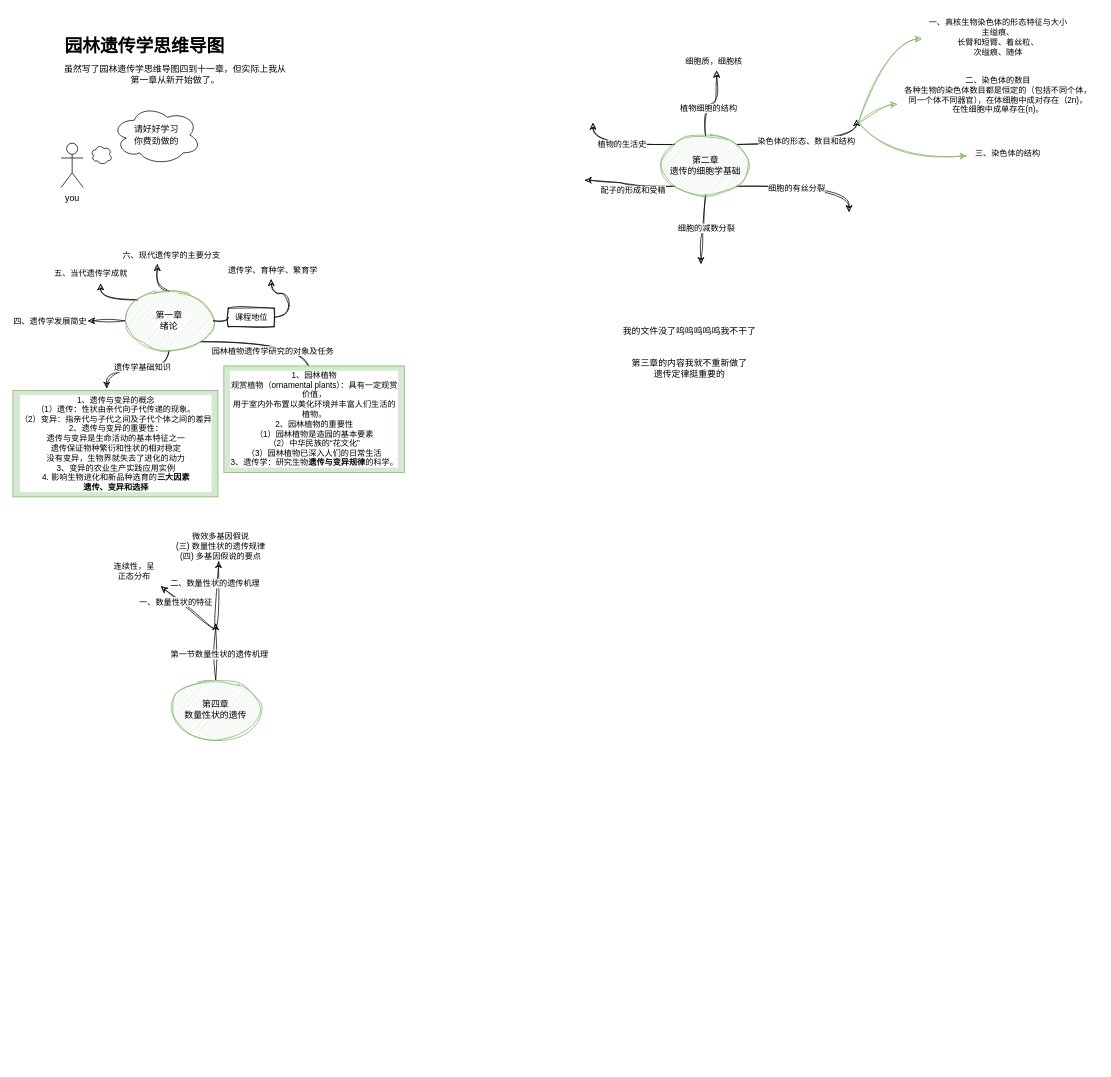
Silly449/MarkDowns keeps this draw.io diagram as 园林遗传学思维导图四至十一章.drawio. Above is the earlier version. Source tidied: cells renumbered, new cells numbered last; positions are measured from the earlier drawing's top-left corner, leaving out a move shared by most shapes. Both pictures are drawn from the tidied source at 74%, with x=0, y=0 at pixel (13, 13).
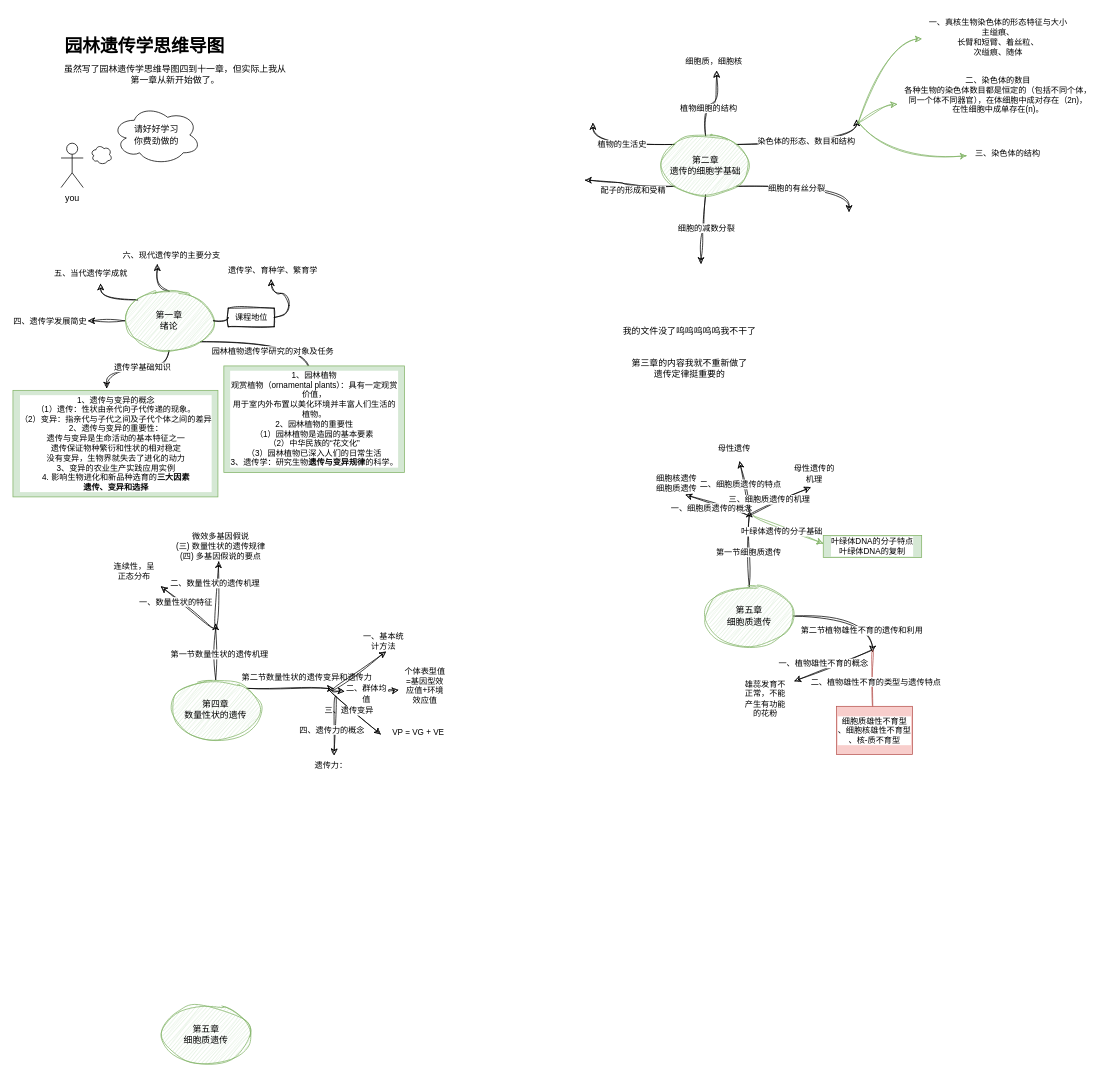
The same diagram, later.

Commit message (it also covers changes not shown here):
更新园林遗传学思维导图四至十一章.drawio

Unchanged cells that the change refers to:
```xml
<mxCell id="47" value="第四章&lt;div&gt;数量性状的遗传&lt;/div&gt;" style="ellipse;whiteSpace=wrap;html=1;sketch=1;curveFitting=1;jiggle=2;fillColor=#d5e8d4;strokeColor=#82b366;" parent="1" vertex="1">
  <mxGeometry x="214" y="901" width="120" height="80" as="geometry" />
</mxCell>
```

The edit, as a diff of the source:
```diff
@@
+    <mxCell id="54" style="edgeStyle=orthogonalEdgeStyle;shape=connector;curved=1;rounded=0;sketch=1;jiggle=2;curveFitting=1;jettySize=auto;html=1;exitX=1;exitY=0;exitDx=0;exitDy=0;strokeColor=default;strokeWidth=1;align=center;verticalAlign=middle;fontFamily=Helvetica;fontSize=11;fontColor=default;labelBackgroundColor=default;endArrow=classic;flowAnimation=0;" parent="1" edge="1" source="47">
+      <mxGeometry relative="1" as="geometry">
+        <mxPoint x="433.7" y="913" as="targetPoint" />
+      </mxGeometry>
+    </mxCell>
+    <mxCell id="55" value="第二节数量性状的遗传变异和遗传力" style="edgeLabel;html=1;align=center;verticalAlign=middle;fontFamily=Helvetica;fontSize=11;fontColor=default;labelBackgroundColor=default;" parent="54" vertex="1">
+      <mxGeometry x="-0.01" relative="1" as="geometry">
+        <mxPoint x="22" y="-15" as="offset" />
+      </mxGeometry>
+    </mxCell>
@@
+    <mxCell id="56" style="edgeStyle=none;orthogonalLoop=1;jettySize=auto;html=1;rounded=0;sketch=1;jiggle=2;curveFitting=1;strokeColor=default;strokeWidth=1;align=center;verticalAlign=middle;fontFamily=Helvetica;fontSize=11;fontColor=default;labelBackgroundColor=default;endArrow=classic;flowAnimation=0;curved=1;" parent="1" edge="1">
+      <mxGeometry relative="1" as="geometry">
+        <mxPoint x="432" y="916" as="sourcePoint" />
+        <mxPoint x="504" y="863" as="targetPoint" />
+      </mxGeometry>
+    </mxCell>
+    <mxCell id="57" value="一、基本统计方法" style="text;html=1;whiteSpace=wrap;strokeColor=none;fillColor=none;align=center;verticalAlign=middle;rounded=0;fontFamily=Helvetica;fontSize=11;fontColor=default;labelBackgroundColor=default;" parent="1" vertex="1">
+      <mxGeometry x="471" y="834" width="60" height="30" as="geometry" />
+    </mxCell>
+    <mxCell id="58" style="edgeStyle=none;jettySize=auto;html=1;rounded=0;sketch=1;jiggle=2;curveFitting=1;strokeColor=default;strokeWidth=1;align=center;verticalAlign=middle;fontFamily=Helvetica;fontSize=11;fontColor=default;labelBackgroundColor=default;endArrow=classic;flowAnimation=0;curved=1;" parent="1" edge="1" source="60">
+      <mxGeometry relative="1" as="geometry">
+        <mxPoint x="521" y="915" as="targetPoint" />
+      </mxGeometry>
+    </mxCell>
+    <mxCell id="59" style="edgeStyle=none;jettySize=auto;html=1;rounded=0;sketch=1;jiggle=2;curveFitting=1;strokeColor=default;strokeWidth=1;align=center;verticalAlign=middle;fontFamily=Helvetica;fontSize=11;fontColor=default;labelBackgroundColor=default;endArrow=classic;flowAnimation=0;curved=1;" parent="1" edge="1" target="60">
+      <mxGeometry relative="1" as="geometry">
+        <mxPoint x="430" y="915" as="sourcePoint" />
+      </mxGeometry>
+    </mxCell>
+    <mxCell id="60" value="二、群体均值" style="text;html=1;whiteSpace=wrap;strokeColor=none;fillColor=none;align=center;verticalAlign=middle;rounded=0;fontFamily=Helvetica;fontSize=11;fontColor=default;labelBackgroundColor=default;" parent="1" vertex="1">
+      <mxGeometry x="448" y="905" width="60" height="30" as="geometry" />
+    </mxCell>
+    <mxCell id="61" value="个体表型值=基因型效应值+环境效应值&lt;div&gt;&lt;br/&gt;&lt;/div&gt;" style="text;html=1;whiteSpace=wrap;strokeColor=none;fillColor=none;align=center;verticalAlign=middle;rounded=0;fontFamily=Helvetica;fontSize=11;fontColor=default;labelBackgroundColor=default;" parent="1" vertex="1">
+      <mxGeometry x="527" y="901" width="60" height="30" as="geometry" />
+    </mxCell>
+    <mxCell id="62" style="edgeStyle=none;orthogonalLoop=1;jettySize=auto;html=1;rounded=0;sketch=1;jiggle=2;curveFitting=1;strokeColor=default;strokeWidth=1;align=center;verticalAlign=middle;fontFamily=Helvetica;fontSize=11;fontColor=default;labelBackgroundColor=default;endArrow=classic;flowAnimation=0;curved=1;" parent="1" edge="1">
+      <mxGeometry relative="1" as="geometry">
+        <mxPoint x="426" y="913" as="sourcePoint" />
+        <mxPoint x="497" y="975" as="targetPoint" />
+      </mxGeometry>
+    </mxCell>
+    <mxCell id="63" value="三、遗传变异" style="edgeLabel;html=1;align=center;verticalAlign=middle;fontFamily=Helvetica;fontSize=11;fontColor=default;labelBackgroundColor=default;" parent="62" vertex="1">
+      <mxGeometry x="-0.12" y="-4" relative="1" as="geometry">
+        <mxPoint x="-1" as="offset" />
+      </mxGeometry>
+    </mxCell>
+    <mxCell id="64" value="VP = VG + VE" style="text;html=1;whiteSpace=wrap;strokeColor=none;fillColor=none;align=center;verticalAlign=middle;rounded=0;fontFamily=Helvetica;fontSize=11;fontColor=default;labelBackgroundColor=default;" parent="1" vertex="1">
+      <mxGeometry x="497" y="957" width="102" height="30" as="geometry" />
+    </mxCell>
+    <mxCell id="65" style="edgeStyle=none;orthogonalLoop=1;jettySize=auto;html=1;rounded=0;sketch=1;jiggle=2;curveFitting=1;strokeColor=default;strokeWidth=1;align=center;verticalAlign=middle;fontFamily=Helvetica;fontSize=11;fontColor=default;labelBackgroundColor=default;endArrow=classic;flowAnimation=0;curved=1;" parent="1" edge="1">
+      <mxGeometry relative="1" as="geometry">
+        <mxPoint x="436" y="923" as="sourcePoint" />
+        <mxPoint x="434" y="1003" as="targetPoint" />
+      </mxGeometry>
+    </mxCell>
+    <mxCell id="66" value="四、遗传力的概念" style="edgeLabel;html=1;align=center;verticalAlign=middle;fontFamily=Helvetica;fontSize=11;fontColor=default;labelBackgroundColor=default;" parent="65" vertex="1">
+      <mxGeometry x="-0.12" y="-4" relative="1" as="geometry">
+        <mxPoint x="-1" y="11" as="offset" />
+      </mxGeometry>
+    </mxCell>
+    <mxCell id="67" value="遗传力：" style="text;html=1;whiteSpace=wrap;strokeColor=none;fillColor=none;align=center;verticalAlign=middle;rounded=0;fontFamily=Helvetica;fontSize=11;fontColor=default;labelBackgroundColor=default;" parent="1" vertex="1">
+      <mxGeometry x="400" y="1002" width="60" height="30" as="geometry" />
+    </mxCell>
+    <mxCell id="68" style="edgeStyle=orthogonalEdgeStyle;shape=connector;curved=1;rounded=0;sketch=1;jiggle=2;curveFitting=1;jettySize=auto;html=1;exitX=0.5;exitY=0;exitDx=0;exitDy=0;strokeColor=default;strokeWidth=1;align=center;verticalAlign=middle;fontFamily=Helvetica;fontSize=11;fontColor=default;labelBackgroundColor=default;endArrow=classic;flowAnimation=0;" parent="1" edge="1" source="72">
+      <mxGeometry relative="1" as="geometry">
+        <mxPoint x="995" y="672.7" as="targetPoint" />
+      </mxGeometry>
+    </mxCell>
+    <mxCell id="69" value="第一节细胞质遗传" style="edgeLabel;html=1;align=center;verticalAlign=middle;fontFamily=Helvetica;fontSize=11;fontColor=default;labelBackgroundColor=default;" parent="68" vertex="1">
+      <mxGeometry x="-0.08" y="2" relative="1" as="geometry" />
+    </mxCell>
+    <mxCell id="70" style="edgeStyle=orthogonalEdgeStyle;shape=connector;curved=1;rounded=0;sketch=1;jiggle=2;curveFitting=1;jettySize=auto;html=1;strokeColor=default;strokeWidth=1;align=center;verticalAlign=middle;fontFamily=Helvetica;fontSize=11;fontColor=default;labelBackgroundColor=default;endArrow=classic;flowAnimation=0;" parent="1" edge="1" source="72">
+      <mxGeometry relative="1" as="geometry">
+        <mxPoint x="1161.7" y="864" as="targetPoint" />
+      </mxGeometry>
+    </mxCell>
+    <mxCell id="71" value="第二节植物雄性不育的遗传和利用" style="edgeLabel;html=1;align=center;verticalAlign=middle;fontFamily=Helvetica;fontSize=11;fontColor=default;labelBackgroundColor=default;" parent="70" vertex="1">
+      <mxGeometry x="-0.05" y="-7" relative="1" as="geometry">
+        <mxPoint x="17" y="12" as="offset" />
+      </mxGeometry>
+    </mxCell>
+    <mxCell id="72" value="第五章&lt;div&gt;细胞质遗传&lt;/div&gt;" style="ellipse;whiteSpace=wrap;html=1;sketch=1;curveFitting=1;jiggle=2;fillColor=#d5e8d4;strokeColor=#82b366;" parent="1" vertex="1">
+      <mxGeometry x="935" y="775" width="120" height="80" as="geometry" />
+    </mxCell>
+    <mxCell id="73" style="edgeStyle=none;orthogonalLoop=1;jettySize=auto;html=1;rounded=0;sketch=1;jiggle=2;curveFitting=1;strokeColor=default;strokeWidth=1;align=center;verticalAlign=middle;fontFamily=Helvetica;fontSize=11;fontColor=default;labelBackgroundColor=default;endArrow=classic;flowAnimation=0;curved=1;" parent="1" edge="1">
+      <mxGeometry relative="1" as="geometry">
+        <mxPoint x="993" y="679" as="sourcePoint" />
+        <mxPoint x="909" y="651" as="targetPoint" />
+      </mxGeometry>
+    </mxCell>
+    <mxCell id="74" value="一、细胞质遗传的概念" style="edgeLabel;html=1;align=center;verticalAlign=middle;fontFamily=Helvetica;fontSize=11;fontColor=default;labelBackgroundColor=default;" parent="73" vertex="1">
+      <mxGeometry x="0.14" y="6" relative="1" as="geometry" />
+    </mxCell>
+    <mxCell id="75" value="细胞核遗传&lt;div&gt;细胞质遗传&lt;/div&gt;" style="text;html=1;whiteSpace=wrap;strokeColor=none;fillColor=none;align=center;verticalAlign=middle;rounded=0;fontFamily=Helvetica;fontSize=11;fontColor=default;labelBackgroundColor=default;" parent="1" vertex="1">
+      <mxGeometry x="867" y="621" width="60" height="30" as="geometry" />
+    </mxCell>
+    <mxCell id="76" style="edgeStyle=none;orthogonalLoop=1;jettySize=auto;html=1;rounded=0;sketch=1;jiggle=2;curveFitting=1;strokeColor=default;strokeWidth=1;align=center;verticalAlign=middle;fontFamily=Helvetica;fontSize=11;fontColor=default;labelBackgroundColor=default;endArrow=classic;flowAnimation=0;curved=1;" parent="1" edge="1">
+      <mxGeometry relative="1" as="geometry">
+        <mxPoint x="996" y="676" as="sourcePoint" />
+        <mxPoint x="982" y="606" as="targetPoint" />
+      </mxGeometry>
+    </mxCell>
+    <mxCell id="77" value="二、细胞质遗传的特点" style="edgeLabel;html=1;align=center;verticalAlign=middle;fontFamily=Helvetica;fontSize=11;fontColor=default;labelBackgroundColor=default;" parent="76" vertex="1">
+      <mxGeometry x="0.14" y="6" relative="1" as="geometry" />
+    </mxCell>
+    <mxCell id="78" value="母性遗传" style="text;html=1;whiteSpace=wrap;strokeColor=none;fillColor=none;align=center;verticalAlign=middle;rounded=0;fontFamily=Helvetica;fontSize=11;fontColor=default;labelBackgroundColor=default;" parent="1" vertex="1">
+      <mxGeometry x="945" y="573" width="60" height="30" as="geometry" />
+    </mxCell>
+    <mxCell id="79" style="edgeStyle=none;orthogonalLoop=1;jettySize=auto;html=1;rounded=0;sketch=1;jiggle=2;curveFitting=1;strokeColor=default;strokeWidth=1;align=center;verticalAlign=middle;fontFamily=Helvetica;fontSize=11;fontColor=default;labelBackgroundColor=default;endArrow=classic;flowAnimation=0;curved=1;" parent="1" edge="1">
+      <mxGeometry relative="1" as="geometry">
+        <mxPoint x="994" y="679" as="sourcePoint" />
+        <mxPoint x="1078" y="641" as="targetPoint" />
+      </mxGeometry>
+    </mxCell>
+    <mxCell id="80" value="三、细胞质遗传的机理" style="edgeLabel;html=1;align=center;verticalAlign=middle;fontFamily=Helvetica;fontSize=11;fontColor=default;labelBackgroundColor=default;" parent="79" vertex="1">
+      <mxGeometry x="0.14" y="6" relative="1" as="geometry">
+        <mxPoint x="-18" y="6" as="offset" />
+      </mxGeometry>
+    </mxCell>
+    <mxCell id="81" value="母性遗传的机理" style="text;html=1;whiteSpace=wrap;strokeColor=none;fillColor=none;align=center;verticalAlign=middle;rounded=0;fontFamily=Helvetica;fontSize=11;fontColor=default;labelBackgroundColor=default;" parent="1" vertex="1">
+      <mxGeometry x="1053" y="608" width="60" height="30" as="geometry" />
+    </mxCell>
+    <mxCell id="82" style="edgeStyle=none;orthogonalLoop=1;jettySize=auto;html=1;rounded=0;sketch=1;jiggle=2;curveFitting=1;strokeColor=#82b366;strokeWidth=1;align=center;verticalAlign=middle;fontFamily=Helvetica;fontSize=11;fontColor=default;labelBackgroundColor=default;endArrow=classic;flowAnimation=0;curved=1;fillColor=#d5e8d4;" parent="1" edge="1">
+      <mxGeometry relative="1" as="geometry">
+        <mxPoint x="1000" y="679" as="sourcePoint" />
+        <mxPoint x="1095" y="717" as="targetPoint" />
+      </mxGeometry>
+    </mxCell>
+    <mxCell id="83" value="叶绿体遗传的分子基础" style="edgeLabel;html=1;align=center;verticalAlign=middle;fontFamily=Helvetica;fontSize=11;fontColor=default;labelBackgroundColor=default;" parent="82" vertex="1">
+      <mxGeometry x="0.14" y="6" relative="1" as="geometry">
+        <mxPoint x="-18" y="6" as="offset" />
+      </mxGeometry>
+    </mxCell>
+    <mxCell id="84" value="叶绿体DNA的分子特点&lt;div&gt;叶绿体DNA的复制&lt;/div&gt;" style="text;html=1;whiteSpace=wrap;strokeColor=#82b366;fillColor=#d5e8d4;align=center;verticalAlign=middle;rounded=0;fontFamily=Helvetica;fontSize=11;labelBackgroundColor=default;" parent="1" vertex="1">
+      <mxGeometry x="1095" y="706" width="133" height="30" as="geometry" />
+    </mxCell>
+    <mxCell id="85" style="edgeStyle=none;orthogonalLoop=1;jettySize=auto;html=1;rounded=0;sketch=1;jiggle=2;curveFitting=1;strokeColor=default;strokeWidth=1;align=center;verticalAlign=middle;fontFamily=Helvetica;fontSize=11;fontColor=default;labelBackgroundColor=default;endArrow=classic;flowAnimation=0;curved=1;" parent="1" edge="1">
+      <mxGeometry relative="1" as="geometry">
+        <mxPoint x="1161" y="861" as="sourcePoint" />
+        <mxPoint x="1056" y="903" as="targetPoint" />
+      </mxGeometry>
+    </mxCell>
+    <mxCell id="86" value="一、植物雄性不育的概念" style="edgeLabel;html=1;align=center;verticalAlign=middle;fontFamily=Helvetica;fontSize=11;fontColor=default;labelBackgroundColor=default;" parent="85" vertex="1">
+      <mxGeometry x="0.25" y="5" relative="1" as="geometry">
+        <mxPoint x="-2" y="-14" as="offset" />
+      </mxGeometry>
+    </mxCell>
+    <mxCell id="87" value="雄蕊发育不正常，不能产生有功能的花粉" style="text;html=1;whiteSpace=wrap;strokeColor=none;fillColor=none;align=center;verticalAlign=middle;rounded=0;fontFamily=Helvetica;fontSize=11;fontColor=default;labelBackgroundColor=default;" parent="1" vertex="1">
+      <mxGeometry x="987" y="912" width="60" height="30" as="geometry" />
+    </mxCell>
+    <mxCell id="88" style="edgeStyle=none;orthogonalLoop=1;jettySize=auto;html=1;rounded=0;sketch=1;jiggle=2;curveFitting=1;strokeColor=#b85450;strokeWidth=1;align=center;verticalAlign=middle;fontFamily=Helvetica;fontSize=11;fontColor=default;labelBackgroundColor=default;endArrow=classic;flowAnimation=0;curved=1;fillColor=#f8cecc;" parent="1" edge="1">
+      <mxGeometry relative="1" as="geometry">
+        <mxPoint x="1162" y="861" as="sourcePoint" />
+        <mxPoint x="1162" y="951" as="targetPoint" />
+      </mxGeometry>
+    </mxCell>
+    <mxCell id="89" value="二、植物雄性不育的类型与遗传特点" style="edgeLabel;html=1;align=center;verticalAlign=middle;fontFamily=Helvetica;fontSize=11;fontColor=default;labelBackgroundColor=default;" parent="88" vertex="1">
+      <mxGeometry x="0.25" y="5" relative="1" as="geometry">
+        <mxPoint x="-2" y="-14" as="offset" />
+      </mxGeometry>
+    </mxCell>
+    <mxCell id="90" value="细胞质雄性不育型&lt;div&gt;、细胞核雄性不育型&lt;/div&gt;&lt;div&gt;、核-质不育型&lt;/div&gt;" style="text;html=1;whiteSpace=wrap;strokeColor=#b85450;fillColor=#f8cecc;align=center;verticalAlign=middle;rounded=0;fontFamily=Helvetica;fontSize=11;labelBackgroundColor=default;" parent="1" vertex="1">
+      <mxGeometry x="1113" y="937" width="102.5" height="65" as="geometry" />
+    </mxCell>
+    <mxCell id="91" value="第五章&lt;div&gt;细胞质遗传&lt;/div&gt;" style="ellipse;whiteSpace=wrap;html=1;sketch=1;curveFitting=1;jiggle=2;fillColor=#d5e8d4;strokeColor=#82b366;" parent="1" vertex="1">
+      <mxGeometry x="201" y="1340" width="120" height="80" as="geometry" />
+    </mxCell>
```
